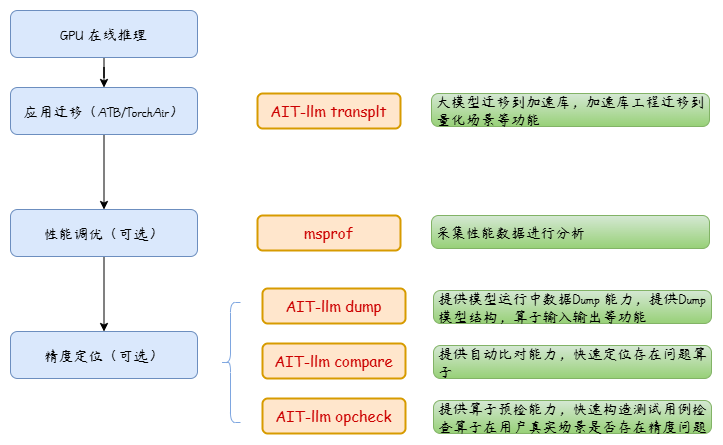
Above: msit-llm-flow.png in xiaobingling93-pixel/Ascend-msit (draw.io), before the change. Source tidied: cells renumbered, new cells last; positions are measured from the earlier drawing's top-left corner, leaving out a move shared by most shapes.
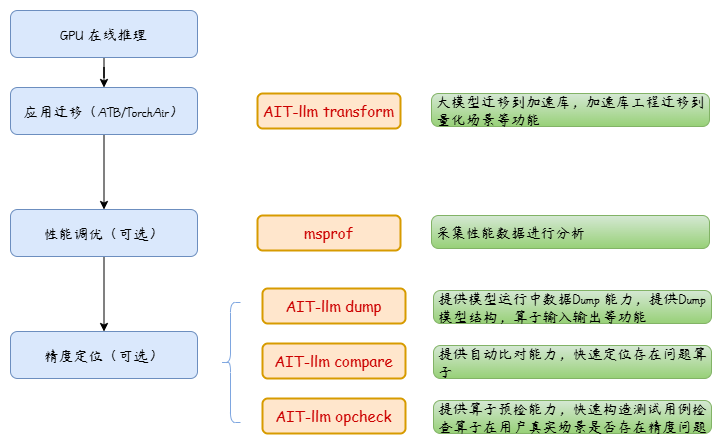
After the change.

Commit message:
修改msit流程图

Change to the diagram source:
```diff
@@ -32,7 +32,7 @@
     <mxCell id="11" value="&lt;span style=&quot;font-size: 15px&quot;&gt;&lt;font color=&quot;#cc0000&quot;&gt;msprof&lt;/font&gt;&lt;/span&gt;" style="rounded=1;whiteSpace=wrap;html=1;strokeWidth=2;fillWeight=1;hachureGap=8;hachureAngle=45;fillColor=#ffe6cc;sketch=0;shadow=0;glass=0;fillStyle=zigzag;curveFitting=0.3;fontFamily=Comic Sans MS;fontSize=13;strokeColor=#d79b00;" parent="1" vertex="1">
       <mxGeometry x="247" y="205" width="143" height="35" as="geometry" />
     </mxCell>
-    <mxCell id="12" value="&lt;font color=&quot;#cc0000&quot;&gt;&lt;span style=&quot;font-size: 15px&quot;&gt;AIT-llm transplt&lt;/span&gt;&lt;/font&gt;" style="rounded=1;whiteSpace=wrap;html=1;strokeWidth=2;fillWeight=1;hachureGap=8;hachureAngle=45;fillColor=#ffe6cc;sketch=0;shadow=0;glass=0;fillStyle=zigzag;curveFitting=0.3;fontFamily=Comic Sans MS;fontSize=13;strokeColor=#d79b00;" parent="1" vertex="1">
+    <mxCell id="12" value="&lt;font color=&quot;#cc0000&quot;&gt;&lt;span style=&quot;font-size: 15px&quot;&gt;AIT-llm transform&lt;/span&gt;&lt;/font&gt;" style="rounded=1;whiteSpace=wrap;html=1;strokeWidth=2;fillWeight=1;hachureGap=8;hachureAngle=45;fillColor=#ffe6cc;sketch=0;shadow=0;glass=0;fillStyle=zigzag;curveFitting=0.3;fontFamily=Comic Sans MS;fontSize=13;strokeColor=#d79b00;" parent="1" vertex="1">
       <mxGeometry x="247" y="83" width="143" height="35" as="geometry" />
     </mxCell>
     <mxCell id="13" value="大模型迁移到加速库，加速库工程迁移到量化场景等功能" style="rounded=1;whiteSpace=wrap;html=1;absoluteArcSize=1;arcSize=14;strokeWidth=1;sketch=0;fillColor=#d5e8d4;strokeColor=#82b366;fontFamily=杨任东竹石体;fontSource=%2Ffonts%2F%E6%9D%A8%E4%BB%BB%E4%B8%9C%E7%AB%B9%E7%9F%B3%E4%BD%93.ttf;fontSize=15;shadow=0;fillStyle=cross-hatch;spacing=5;gradientColor=#97d077;align=left;" parent="1" vertex="1">
```
